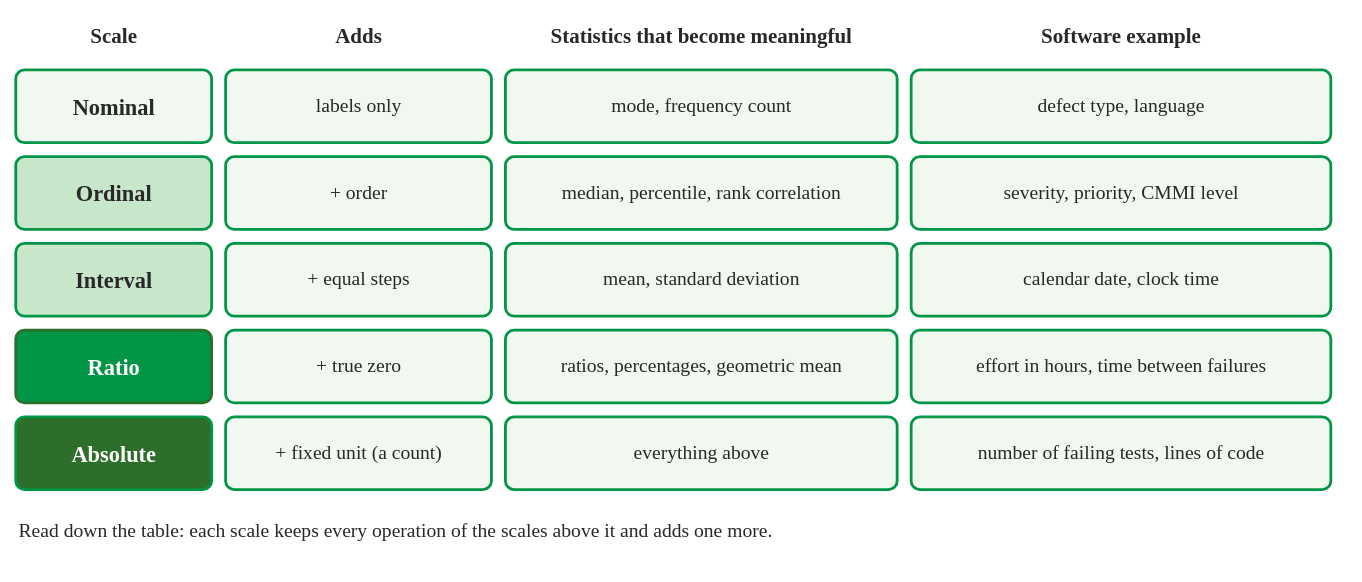
This is content/define/measurement/scale-ladder.svg from sqrbok/sqrbok-preview, a draw.io export, as it was before one commit. Source tidied: cells renumbered, new cells last; positions are measured from the earlier drawing's top-left corner, leaving out a move shared by most shapes. Source of this version:
```xml
<mxGraphModel>
  <root>
    <mxCell id="0" />
    <mxCell id="1" parent="0" />
    <mxCell id="2" value="Scale" style="text;html=1;whiteSpace=wrap;align=center;verticalAlign=middle;fontColor=#282828;fontFamily=Tahoma;fontSize=15;fontStyle=1;" parent="1" vertex="1">
      <mxGeometry width="140" height="30" as="geometry" />
    </mxCell>
    <mxCell id="3" value="Adds" style="text;html=1;whiteSpace=wrap;align=center;verticalAlign=middle;fontColor=#282828;fontFamily=Tahoma;fontSize=15;fontStyle=1;" parent="1" vertex="1">
      <mxGeometry x="150" width="190" height="30" as="geometry" />
    </mxCell>
    <mxCell id="4" value="Statistics that become meaningful" style="text;html=1;whiteSpace=wrap;align=center;verticalAlign=middle;fontColor=#282828;fontFamily=Tahoma;fontSize=15;fontStyle=1;" parent="1" vertex="1">
      <mxGeometry x="350" width="280" height="30" as="geometry" />
    </mxCell>
    <mxCell id="5" value="Software example" style="text;html=1;whiteSpace=wrap;align=center;verticalAlign=middle;fontColor=#282828;fontFamily=Tahoma;fontSize=15;fontStyle=1;" parent="1" vertex="1">
      <mxGeometry x="640" width="300" height="30" as="geometry" />
    </mxCell>
    <mxCell id="6" value="Nominal" style="rounded=1;whiteSpace=wrap;html=1;arcSize=12;fillColor=#f0f8f0;strokeColor=#019546;strokeWidth=2;fontColor=#282828;fontFamily=Tahoma;fontSize=16;fontStyle=1;" parent="1" vertex="1">
      <mxGeometry y="40" width="140" height="52" as="geometry" />
    </mxCell>
    <mxCell id="7" value="labels only" style="rounded=1;whiteSpace=wrap;html=1;arcSize=12;fillColor=#f0f8f0;strokeColor=#019546;strokeWidth=2;fontColor=#282828;fontFamily=Tahoma;fontSize=14;" parent="1" vertex="1">
      <mxGeometry x="150" y="40" width="190" height="52" as="geometry" />
    </mxCell>
    <mxCell id="8" value="mode, frequency count" style="rounded=1;whiteSpace=wrap;html=1;arcSize=12;fillColor=#f0f8f0;strokeColor=#019546;strokeWidth=2;fontColor=#282828;fontFamily=Tahoma;fontSize=14;" parent="1" vertex="1">
      <mxGeometry x="350" y="40" width="280" height="52" as="geometry" />
    </mxCell>
    <mxCell id="9" value="defect type, language" style="rounded=1;whiteSpace=wrap;html=1;arcSize=12;fillColor=#f0f8f0;strokeColor=#019546;strokeWidth=2;fontColor=#282828;fontFamily=Tahoma;fontSize=14;" parent="1" vertex="1">
      <mxGeometry x="640" y="40" width="300" height="52" as="geometry" />
    </mxCell>
    <mxCell id="10" value="Ordinal" style="rounded=1;whiteSpace=wrap;html=1;arcSize=12;fillColor=#c8e6c9;strokeColor=#019546;strokeWidth=2;fontColor=#282828;fontFamily=Tahoma;fontSize=16;fontStyle=1;" parent="1" vertex="1">
      <mxGeometry y="102" width="140" height="52" as="geometry" />
    </mxCell>
    <mxCell id="11" value="+ order" style="rounded=1;whiteSpace=wrap;html=1;arcSize=12;fillColor=#f0f8f0;strokeColor=#019546;strokeWidth=2;fontColor=#282828;fontFamily=Tahoma;fontSize=14;" parent="1" vertex="1">
      <mxGeometry x="150" y="102" width="190" height="52" as="geometry" />
    </mxCell>
    <mxCell id="12" value="median, percentile, rank correlation" style="rounded=1;whiteSpace=wrap;html=1;arcSize=12;fillColor=#f0f8f0;strokeColor=#019546;strokeWidth=2;fontColor=#282828;fontFamily=Tahoma;fontSize=14;" parent="1" vertex="1">
      <mxGeometry x="350" y="102" width="280" height="52" as="geometry" />
    </mxCell>
    <mxCell id="13" value="severity, priority, CMMI level" style="rounded=1;whiteSpace=wrap;html=1;arcSize=12;fillColor=#f0f8f0;strokeColor=#019546;strokeWidth=2;fontColor=#282828;fontFamily=Tahoma;fontSize=14;" parent="1" vertex="1">
      <mxGeometry x="640" y="102" width="300" height="52" as="geometry" />
    </mxCell>
    <mxCell id="14" value="Interval" style="rounded=1;whiteSpace=wrap;html=1;arcSize=12;fillColor=#c8e6c9;strokeColor=#019546;strokeWidth=2;fontColor=#282828;fontFamily=Tahoma;fontSize=16;fontStyle=1;" parent="1" vertex="1">
      <mxGeometry y="164" width="140" height="52" as="geometry" />
    </mxCell>
    <mxCell id="15" value="+ equal steps" style="rounded=1;whiteSpace=wrap;html=1;arcSize=12;fillColor=#f0f8f0;strokeColor=#019546;strokeWidth=2;fontColor=#282828;fontFamily=Tahoma;fontSize=14;" parent="1" vertex="1">
      <mxGeometry x="150" y="164" width="190" height="52" as="geometry" />
    </mxCell>
    <mxCell id="16" value="mean, standard deviation" style="rounded=1;whiteSpace=wrap;html=1;arcSize=12;fillColor=#f0f8f0;strokeColor=#019546;strokeWidth=2;fontColor=#282828;fontFamily=Tahoma;fontSize=14;" parent="1" vertex="1">
      <mxGeometry x="350" y="164" width="280" height="52" as="geometry" />
    </mxCell>
    <mxCell id="17" value="calendar date, clock time" style="rounded=1;whiteSpace=wrap;html=1;arcSize=12;fillColor=#f0f8f0;strokeColor=#019546;strokeWidth=2;fontColor=#282828;fontFamily=Tahoma;fontSize=14;" parent="1" vertex="1">
      <mxGeometry x="640" y="164" width="300" height="52" as="geometry" />
    </mxCell>
    <mxCell id="18" value="Ratio" style="rounded=1;whiteSpace=wrap;html=1;arcSize=12;fillColor=#019546;strokeColor=#2D6E2A;strokeWidth=2;fontColor=#FFFFFF;fontStyle=1;fontFamily=Tahoma;fontSize=16;fontStyle=1;" parent="1" vertex="1">
      <mxGeometry y="226" width="140" height="52" as="geometry" />
    </mxCell>
    <mxCell id="19" value="+ true zero" style="rounded=1;whiteSpace=wrap;html=1;arcSize=12;fillColor=#f0f8f0;strokeColor=#019546;strokeWidth=2;fontColor=#282828;fontFamily=Tahoma;fontSize=14;" parent="1" vertex="1">
      <mxGeometry x="150" y="226" width="190" height="52" as="geometry" />
    </mxCell>
    <mxCell id="20" value="ratios, percentages, geometric mean" style="rounded=1;whiteSpace=wrap;html=1;arcSize=12;fillColor=#f0f8f0;strokeColor=#019546;strokeWidth=2;fontColor=#282828;fontFamily=Tahoma;fontSize=14;" parent="1" vertex="1">
      <mxGeometry x="350" y="226" width="280" height="52" as="geometry" />
    </mxCell>
    <mxCell id="21" value="effort in hours, time between failures" style="rounded=1;whiteSpace=wrap;html=1;arcSize=12;fillColor=#f0f8f0;strokeColor=#019546;strokeWidth=2;fontColor=#282828;fontFamily=Tahoma;fontSize=14;" parent="1" vertex="1">
      <mxGeometry x="640" y="226" width="300" height="52" as="geometry" />
    </mxCell>
    <mxCell id="22" value="Absolute" style="rounded=1;whiteSpace=wrap;html=1;arcSize=12;fillColor=#2D6E2A;strokeColor=#019546;strokeWidth=2;fontColor=#FFFFFF;fontStyle=1;fontFamily=Tahoma;fontSize=16;fontStyle=1;" parent="1" vertex="1">
      <mxGeometry y="288" width="140" height="52" as="geometry" />
    </mxCell>
    <mxCell id="23" value="+ fixed unit (a count)" style="rounded=1;whiteSpace=wrap;html=1;arcSize=12;fillColor=#f0f8f0;strokeColor=#019546;strokeWidth=2;fontColor=#282828;fontFamily=Tahoma;fontSize=14;" parent="1" vertex="1">
      <mxGeometry x="150" y="288" width="190" height="52" as="geometry" />
    </mxCell>
    <mxCell id="24" value="everything above" style="rounded=1;whiteSpace=wrap;html=1;arcSize=12;fillColor=#f0f8f0;strokeColor=#019546;strokeWidth=2;fontColor=#282828;fontFamily=Tahoma;fontSize=14;" parent="1" vertex="1">
      <mxGeometry x="350" y="288" width="280" height="52" as="geometry" />
    </mxCell>
    <mxCell id="25" value="number of failing tests, lines of code" style="rounded=1;whiteSpace=wrap;html=1;arcSize=12;fillColor=#f0f8f0;strokeColor=#019546;strokeWidth=2;fontColor=#282828;fontFamily=Tahoma;fontSize=14;" parent="1" vertex="1">
      <mxGeometry x="640" y="288" width="300" height="52" as="geometry" />
    </mxCell>
    <mxCell id="26" value="Read down the table: each scale keeps every operation of the scales above it and adds one more." style="text;html=1;whiteSpace=wrap;align=center;verticalAlign=middle;fontColor=#282828;fontFamily=Tahoma;fontSize=14;align=left;" parent="1" vertex="1">
      <mxGeometry y="355" width="940" height="30" as="geometry" />
    </mxCell>
  </root>
</mxGraphModel>
```
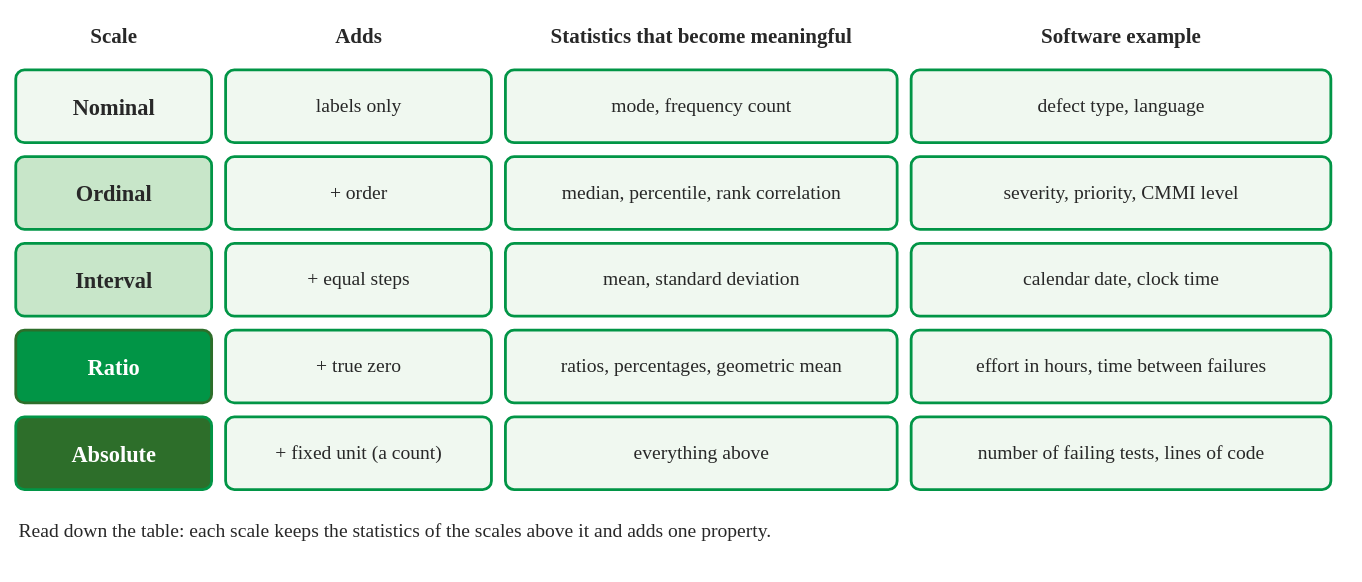
The same diagram one commit later.

Change to the diagram source:
```diff
@@ -74,7 +74,7 @@
     <mxCell id="25" value="number of failing tests, lines of code" style="rounded=1;whiteSpace=wrap;html=1;arcSize=12;fillColor=#f0f8f0;strokeColor=#019546;strokeWidth=2;fontColor=#282828;fontFamily=Tahoma;fontSize=14;" parent="1" vertex="1">
       <mxGeometry x="640" y="288" width="300" height="52" as="geometry" />
     </mxCell>
-    <mxCell id="26" value="Read down the table: each scale keeps every operation of the scales above it and adds one more." style="text;html=1;whiteSpace=wrap;align=center;verticalAlign=middle;fontColor=#282828;fontFamily=Tahoma;fontSize=14;align=left;" parent="1" vertex="1">
+    <mxCell id="26" value="Read down the table: each scale keeps the statistics of the scales above it and adds one property." style="text;html=1;whiteSpace=wrap;align=center;verticalAlign=middle;fontColor=#282828;fontFamily=Tahoma;fontSize=14;align=left;" parent="1" vertex="1">
       <mxGeometry y="355" width="940" height="30" as="geometry" />
     </mxCell>
   </root>
```
